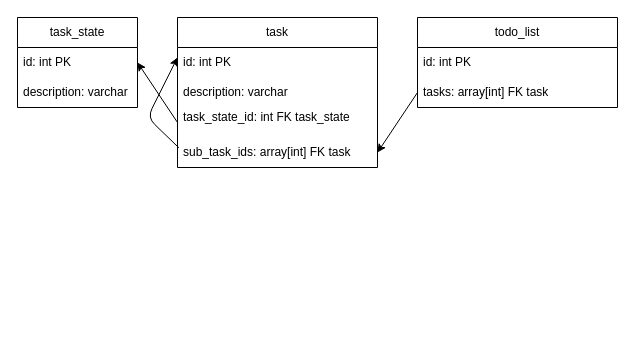
Above: doc/schema.drawio in DomenicoDErasmo/todo (draw.io), before the change. Source tidied: cells renumbered, new cells numbered last; positions are measured from the earlier drawing's top-left corner, leaving out a move shared by most shapes. Both pictures are drawn from the tidied source at 100%, with x=0, y=0 at pixel (17, 17).
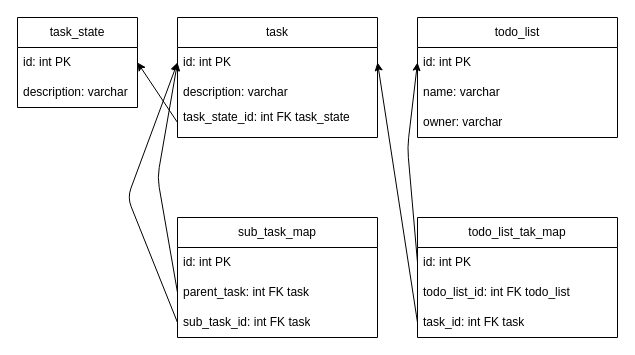
After the change.

The change refers to these unchanged cells:
```xml
<mxCell id="6" value="id: int PK" style="text;strokeColor=none;fillColor=none;align=left;verticalAlign=middle;spacingLeft=4;spacingRight=4;overflow=hidden;points=[[0,0.5],[1,0.5]];portConstraint=eastwest;whiteSpace=wrap;html=1;" parent="5" vertex="1">
  <mxGeometry y="30" width="200" height="30" as="geometry" />
</mxCell>
<mxCell id="13" value="id: int PK" style="text;strokeColor=none;fillColor=none;align=left;verticalAlign=middle;spacingLeft=4;spacingRight=4;overflow=hidden;points=[[0,0.5],[1,0.5]];portConstraint=eastwest;whiteSpace=wrap;html=1;" parent="12" vertex="1">
  <mxGeometry y="30" width="200" height="30" as="geometry" />
</mxCell>
```

The edit, as a diff of the source:
```diff
@@
     <mxCell id="5" value="task" style="swimlane;fontStyle=0;horizontal=1;startSize=30;whiteSpace=wrap;html=1;" parent="1" vertex="1">
-      <mxGeometry x="160" width="200" height="150" as="geometry" />
+      <mxGeometry x="160" width="200" height="120" as="geometry" />
     </mxCell>
@@
-    <mxCell id="9" style="edgeStyle=none;html=1;entryX=0;entryY=0.333;entryDx=0;entryDy=0;entryPerimeter=0;exitX=0.007;exitY=0.344;exitDx=0;exitDy=0;exitPerimeter=0;" parent="5" edge="1" source="10" target="6">
-      <mxGeometry relative="1" as="geometry">
-        <Array as="points">
-          <mxPoint x="-30" y="100" />
-        </Array>
-      </mxGeometry>
-    </mxCell>
-    <mxCell id="10" value="sub_task_ids: array[int] FK task&amp;nbsp;" style="text;strokeColor=none;fillColor=none;align=left;verticalAlign=middle;spacingLeft=4;spacingRight=4;overflow=hidden;points=[[0,0.5],[1,0.5]];portConstraint=eastwest;whiteSpace=wrap;html=1;" parent="5" vertex="1">
-      <mxGeometry y="120" width="200" height="30" as="geometry" />
-    </mxCell>
@@
     <mxCell id="12" value="todo_list" style="swimlane;fontStyle=0;horizontal=1;startSize=30;whiteSpace=wrap;html=1;" parent="1" vertex="1">
-      <mxGeometry x="400" width="200" height="90" as="geometry" />
+      <mxGeometry x="400" width="200" height="120" as="geometry" />
     </mxCell>
@@
-    <mxCell id="14" value="tasks: array[int] FK task" style="text;strokeColor=none;fillColor=none;align=left;verticalAlign=middle;spacingLeft=4;spacingRight=4;overflow=hidden;points=[[0,0.5],[1,0.5]];portConstraint=eastwest;whiteSpace=wrap;html=1;" parent="12" vertex="1">
+    <mxCell id="14" value="name: varchar" style="text;strokeColor=none;fillColor=none;align=left;verticalAlign=middle;spacingLeft=4;spacingRight=4;overflow=hidden;points=[[0,0.5],[1,0.5]];portConstraint=eastwest;whiteSpace=wrap;html=1;" parent="12" vertex="1">
       <mxGeometry y="60" width="200" height="30" as="geometry" />
     </mxCell>
-    <mxCell id="15" style="edgeStyle=none;html=1;entryX=1;entryY=0.5;entryDx=0;entryDy=0;exitX=0;exitY=0.5;exitDx=0;exitDy=0;" parent="1" edge="1" source="14" target="10">
-      <mxGeometry relative="1" as="geometry" />
-    </mxCell>
+    <mxCell id="16" value="owner: varchar" style="text;strokeColor=none;fillColor=none;align=left;verticalAlign=middle;spacingLeft=4;spacingRight=4;overflow=hidden;whiteSpace=wrap;html=1;" parent="12" vertex="1">
+      <mxGeometry y="90" width="200" height="30" as="geometry" />
+    </mxCell>
+    <mxCell id="9" value="sub_task_map" style="swimlane;fontStyle=0;horizontal=1;startSize=30;whiteSpace=wrap;html=1;" parent="1" vertex="1">
+      <mxGeometry x="160" y="200" width="200" height="120" as="geometry" />
+    </mxCell>
+    <mxCell id="17" value="id: int PK" style="text;strokeColor=none;fillColor=none;align=left;verticalAlign=middle;spacingLeft=4;spacingRight=4;overflow=hidden;whiteSpace=wrap;html=1;" parent="9" vertex="1">
+      <mxGeometry y="30" width="200" height="30" as="geometry" />
+    </mxCell>
+    <mxCell id="18" value="parent_task: int FK task" style="text;strokeColor=none;fillColor=none;align=left;verticalAlign=middle;spacingLeft=4;spacingRight=4;overflow=hidden;points=[[0,0.5],[1,0.5]];portConstraint=eastwest;whiteSpace=wrap;html=1;" parent="9" vertex="1">
+      <mxGeometry y="60" width="200" height="30" as="geometry" />
+    </mxCell>
+    <mxCell id="19" value="sub_task_id: int FK task" style="text;strokeColor=none;fillColor=none;align=left;verticalAlign=middle;spacingLeft=4;spacingRight=4;overflow=hidden;points=[[0,0.5],[1,0.5]];portConstraint=eastwest;whiteSpace=wrap;html=1;" parent="9" vertex="1">
+      <mxGeometry y="90" width="200" height="30" as="geometry" />
+    </mxCell>
+    <mxCell id="20" style="edgeStyle=none;html=1;entryX=0;entryY=0.5;entryDx=0;entryDy=0;exitX=0;exitY=0.5;exitDx=0;exitDy=0;" parent="1" edge="1" source="18" target="6">
+      <mxGeometry relative="1" as="geometry">
+        <Array as="points">
+          <mxPoint x="140" y="160" />
+        </Array>
+      </mxGeometry>
+    </mxCell>
+    <mxCell id="21" style="edgeStyle=none;html=1;entryX=0;entryY=0.5;entryDx=0;entryDy=0;exitX=0;exitY=0.5;exitDx=0;exitDy=0;" parent="1" edge="1" source="19" target="6">
+      <mxGeometry relative="1" as="geometry">
+        <Array as="points">
+          <mxPoint x="110" y="180" />
+        </Array>
+      </mxGeometry>
+    </mxCell>
+    <mxCell id="22" value="todo_list_tak_map" style="swimlane;fontStyle=0;horizontal=1;startSize=30;whiteSpace=wrap;html=1;" parent="1" vertex="1">
+      <mxGeometry x="400" y="200" width="200" height="120" as="geometry" />
+    </mxCell>
+    <mxCell id="23" value="id: int PK" style="text;strokeColor=none;fillColor=none;align=left;verticalAlign=middle;spacingLeft=4;spacingRight=4;overflow=hidden;points=[[0,0.5],[1,0.5]];portConstraint=eastwest;whiteSpace=wrap;html=1;" parent="22" vertex="1">
+      <mxGeometry y="30" width="200" height="30" as="geometry" />
+    </mxCell>
+    <mxCell id="24" value="todo_list_id: int FK todo_list" style="text;strokeColor=none;fillColor=none;align=left;verticalAlign=middle;spacingLeft=4;spacingRight=4;overflow=hidden;whiteSpace=wrap;html=1;" parent="22" vertex="1">
+      <mxGeometry y="60" width="200" height="30" as="geometry" />
+    </mxCell>
+    <mxCell id="25" value="task_id: int FK task" style="text;strokeColor=none;fillColor=none;align=left;verticalAlign=middle;spacingLeft=4;spacingRight=4;overflow=hidden;points=[[0,0.5],[1,0.5]];portConstraint=eastwest;whiteSpace=wrap;html=1;" parent="22" vertex="1">
+      <mxGeometry y="90" width="200" height="30" as="geometry" />
+    </mxCell>
+    <mxCell id="26" style="edgeStyle=none;html=1;entryX=1;entryY=0.5;entryDx=0;entryDy=0;exitX=0;exitY=0.5;exitDx=0;exitDy=0;" parent="1" edge="1" source="25" target="6">
+      <mxGeometry relative="1" as="geometry" />
+    </mxCell>
+    <mxCell id="27" style="edgeStyle=none;html=1;entryX=0;entryY=0.5;entryDx=0;entryDy=0;exitX=0;exitY=0.5;exitDx=0;exitDy=0;" parent="1" edge="1" source="23" target="13">
+      <mxGeometry relative="1" as="geometry">
+        <Array as="points">
+          <mxPoint x="390" y="130" />
+        </Array>
+      </mxGeometry>
+    </mxCell>
```
